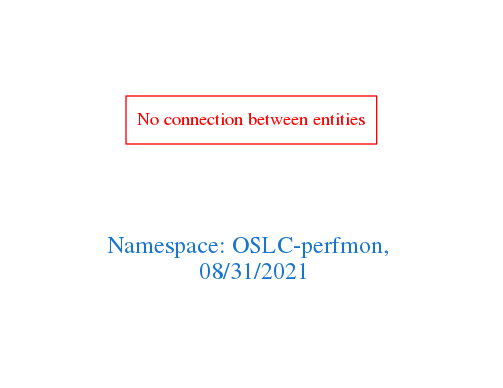
Earlier version of the Graphviz export downloads/OSLC-perfmon.png (arago/OGIT). Its source is kept beside it as downloads/OSLC-perfmon.dot.
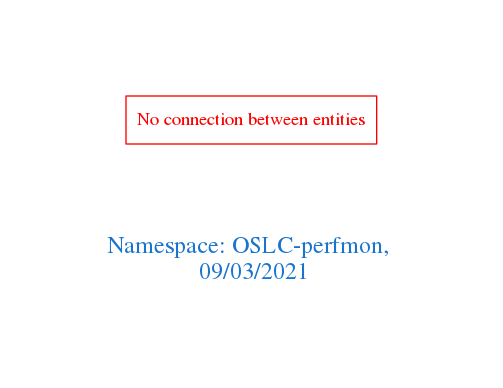
Above is the later version.

Diff of the diagram source:
```diff
@@ -1,7 +1,7 @@
 digraph OGIT_ontology {
  graph [ rankdir= LR,pad=1
 fontsize = 18,
-fontcolor= dodgerblue3,label = "\n\n\nNamespace: OSLC-perfmon, \n 08/31/2021"];
+fontcolor= dodgerblue3,label = "\n\n\nNamespace: OSLC-perfmon, \n 09/03/2021"];
 node[shape=polygon];
 edge [  color="gray81"];
 
```
